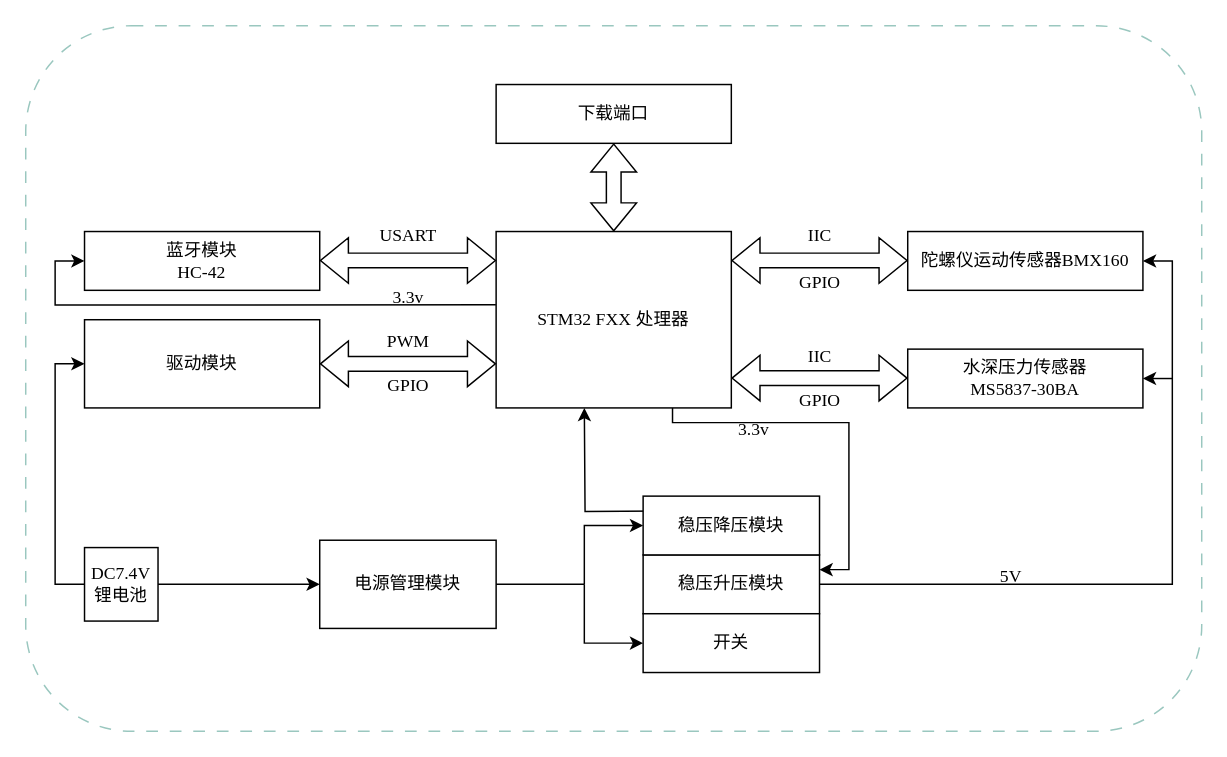
Earlier version of the draw.io diagram control2.drawio (chiguaren3/drawio_project). Source tidied: cells renumbered, new cells numbered last; positions are measured from the earlier drawing's top-left corner, leaving out a move shared by most shapes. Both pictures are drawn from the tidied source at 147%, with x=0, y=0 at pixel (25, 25).
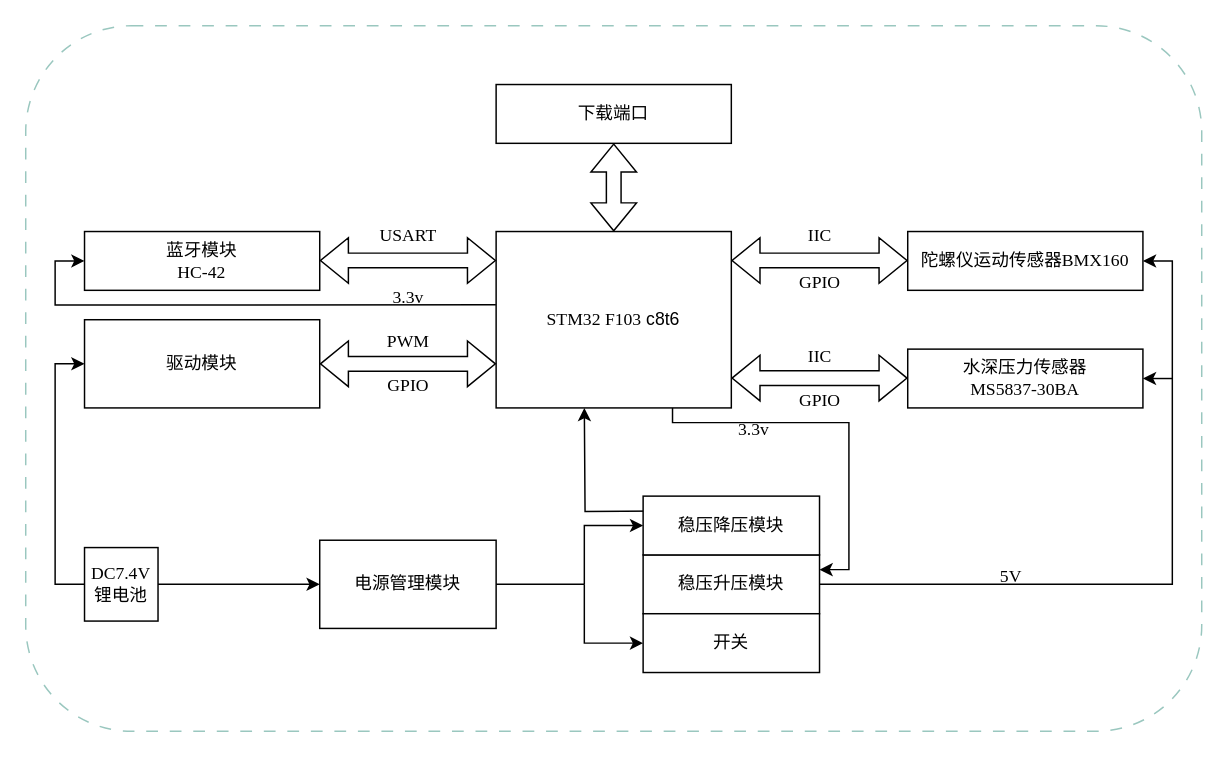
The same diagram, later.

The edit, as a diff of the source:
```diff
@@
-    <mxCell id="4" value="&lt;font face=&quot;Times New Roman&quot;&gt;STM32 FXX&lt;/font&gt; 处理器" style="rounded=0;whiteSpace=wrap;html=1;" parent="1" vertex="1">
+    <mxCell id="4" value="&lt;font face=&quot;Times New Roman&quot;&gt;STM32 F103&lt;/font&gt;&amp;nbsp;c8t6" style="rounded=0;whiteSpace=wrap;html=1;" parent="1" vertex="1">
       <mxGeometry x="320" y="140" width="160" height="120" as="geometry" />
     </mxCell>
```
